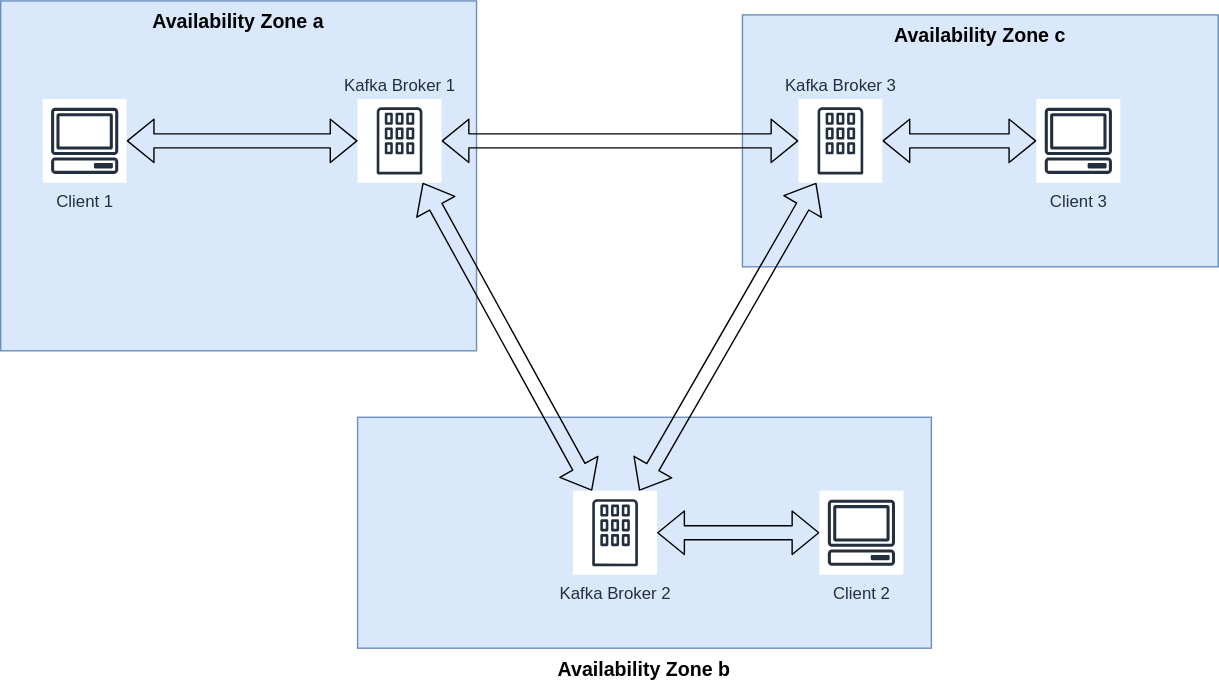
Before: diagrams/benchmark-system-setup.drawio.svg, a diagram exported from draw.io (paseaf/kafka-benchmarking). Source tidied: cells renumbered, new cells last; positions are measured from the earlier drawing's top-left corner, leaving out a move shared by most shapes.
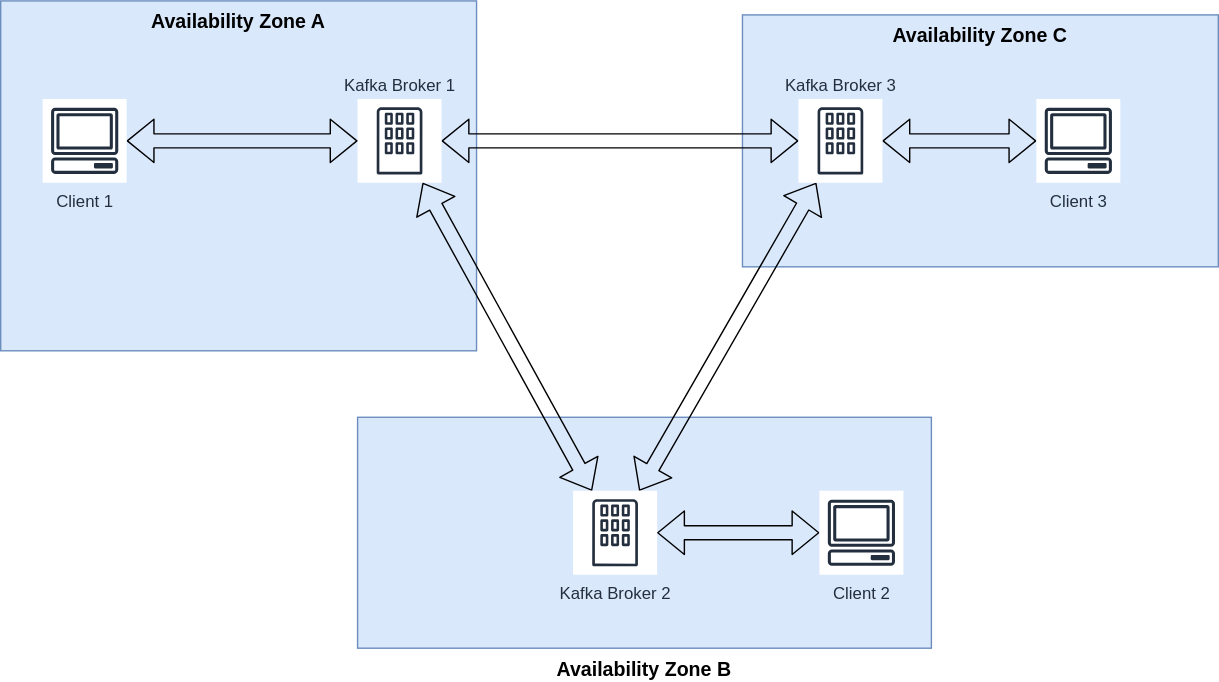
After the commit.

Change to the diagram source:
```diff
@@ -2,13 +2,13 @@
   <root>
     <mxCell id="0" />
     <mxCell id="1" parent="0" />
-    <mxCell id="2" value="Availability Zone c" style="rounded=0;whiteSpace=wrap;html=1;shadow=0;fillColor=#dae8fc;verticalAlign=top;strokeColor=#6c8ebf;fontSize=14;fontStyle=1;" parent="1" vertex="1">
+    <mxCell id="2" value="Availability Zone C" style="rounded=0;whiteSpace=wrap;html=1;shadow=0;fillColor=#dae8fc;verticalAlign=top;strokeColor=#6c8ebf;fontSize=14;fontStyle=1;" parent="1" vertex="1">
       <mxGeometry x="530" y="10" width="340" height="180" as="geometry" />
     </mxCell>
-    <mxCell id="3" value="Availability Zone b" style="rounded=0;whiteSpace=wrap;html=1;shadow=0;fillColor=#dae8fc;verticalAlign=top;strokeColor=#6c8ebf;fontSize=14;fontStyle=1;labelPosition=center;verticalLabelPosition=bottom;align=center;horizontal=1;" parent="1" vertex="1">
+    <mxCell id="3" value="Availability Zone B" style="rounded=0;whiteSpace=wrap;html=1;shadow=0;fillColor=#dae8fc;verticalAlign=top;strokeColor=#6c8ebf;fontSize=14;fontStyle=1;labelPosition=center;verticalLabelPosition=bottom;align=center;horizontal=1;" parent="1" vertex="1">
       <mxGeometry x="255" y="297.5" width="410" height="165" as="geometry" />
     </mxCell>
-    <mxCell id="4" value="Availability Zone a" style="rounded=0;whiteSpace=wrap;html=1;shadow=0;fillColor=#dae8fc;verticalAlign=top;strokeColor=#6c8ebf;fontSize=14;fontStyle=1;" parent="1" vertex="1">
+    <mxCell id="4" value="Availability Zone A" style="rounded=0;whiteSpace=wrap;html=1;shadow=0;fillColor=#dae8fc;verticalAlign=top;strokeColor=#6c8ebf;fontSize=14;fontStyle=1;" parent="1" vertex="1">
       <mxGeometry width="340" height="250" as="geometry" />
     </mxCell>
     <mxCell id="5" style="edgeStyle=none;shape=flexArrow;html=1;startArrow=block;" parent="1" edge="1" source="6" target="15">
```
